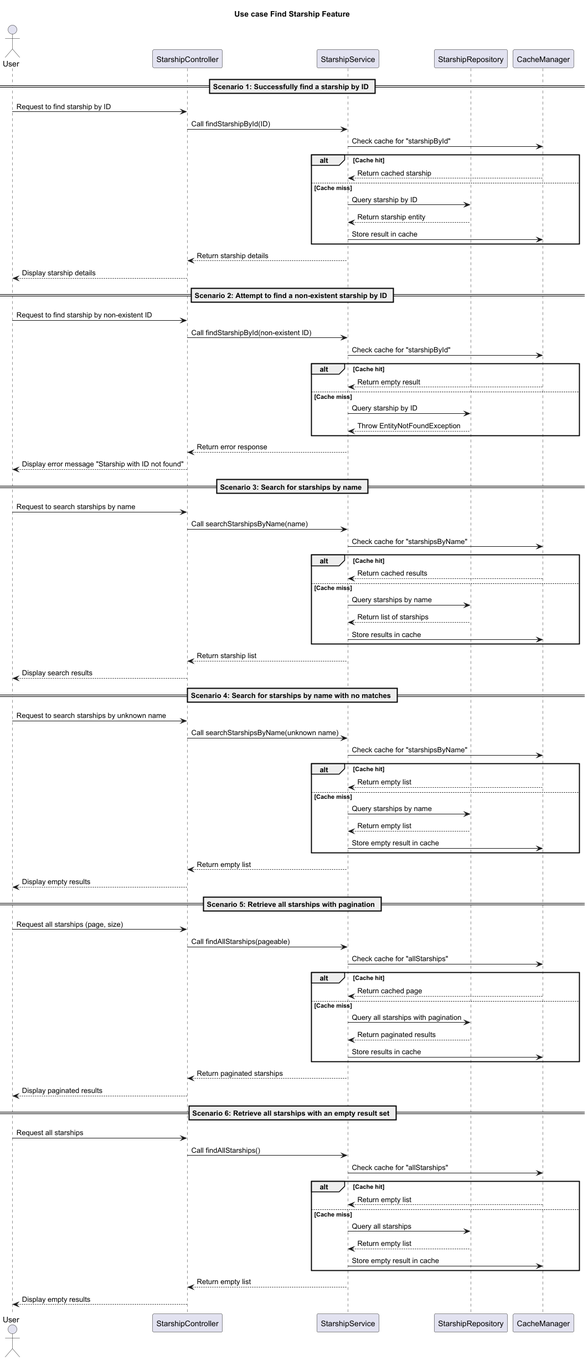
Above: doc/bdd-specs/starship-finder.png in alex25/starship-registry (PlantUML), before the change. The source it was exported from:
```plantuml
@startuml
title Use case Find Starship Feature

actor User
participant "StarshipController" as Controller
participant "StarshipService" as Service
participant "StarshipRepository" as Repository
participant "CacheManager" as Cache

== Scenario 1: Successfully find a starship by ID ==
User -> Controller: Request to find starship by ID
Controller -> Service: Call findStarshipById(ID)
Service -> Cache: Check cache for "starshipById"
alt Cache hit
    Cache --> Service: Return cached starship
else Cache miss
    Service -> Repository: Query starship by ID
    Repository --> Service: Return starship entity
    Service -> Cache: Store result in cache
end
Service --> Controller: Return starship details
Controller --> User: Display starship details

== Scenario 2: Attempt to find a non-existent starship by ID ==
User -> Controller: Request to find starship by non-existent ID
Controller -> Service: Call findStarshipById(non-existent ID)
Service -> Cache: Check cache for "starshipById"
alt Cache hit
    Cache --> Service: Return empty result
else Cache miss
    Service -> Repository: Query starship by ID
    Repository --> Service: Throw EntityNotFoundException
end
Service --> Controller: Return error response
Controller --> User: Display error message "Starship with ID not found"

== Scenario 3: Search for starships by name ==
User -> Controller: Request to search starships by name
Controller -> Service: Call searchStarshipsByName(name)
Service -> Cache: Check cache for "starshipsByName"
alt Cache hit
    Cache --> Service: Return cached results
else Cache miss
    Service -> Repository: Query starships by name
    Repository --> Service: Return list of starships
    Service -> Cache: Store results in cache
end
Service --> Controller: Return starship list
Controller --> User: Display search results

== Scenario 4: Search for starships by name with no matches ==
User -> Controller: Request to search starships by unknown name
Controller -> Service: Call searchStarshipsByName(unknown name)
Service -> Cache: Check cache for "starshipsByName"
alt Cache hit
    Cache --> Service: Return empty list
else Cache miss
    Service -> Repository: Query starships by name
    Repository --> Service: Return empty list
    Service -> Cache: Store empty result in cache
end
Service --> Controller: Return empty list
Controller --> User: Display empty results

== Scenario 5: Retrieve all starships with pagination ==
User -> Controller: Request all starships (page, size)
Controller -> Service: Call findAllStarships(pageable)
Service -> Cache: Check cache for "allStarships"
alt Cache hit
    Cache --> Service: Return cached page
else Cache miss
    Service -> Repository: Query all starships with pagination
    Repository --> Service: Return paginated results
    Service -> Cache: Store results in cache
end
Service --> Controller: Return paginated starships
Controller --> User: Display paginated results

== Scenario 6: Retrieve all starships with an empty result set ==
User -> Controller: Request all starships
Controller -> Service: Call findAllStarships()
Service -> Cache: Check cache for "allStarships"
alt Cache hit
    Cache --> Service: Return empty list
else Cache miss
    Service -> Repository: Query all starships
    Repository --> Service: Return empty list
    Service -> Cache: Store empty result in cache
end
Service --> Controller: Return empty list
Controller --> User: Display empty results

@enduml
```
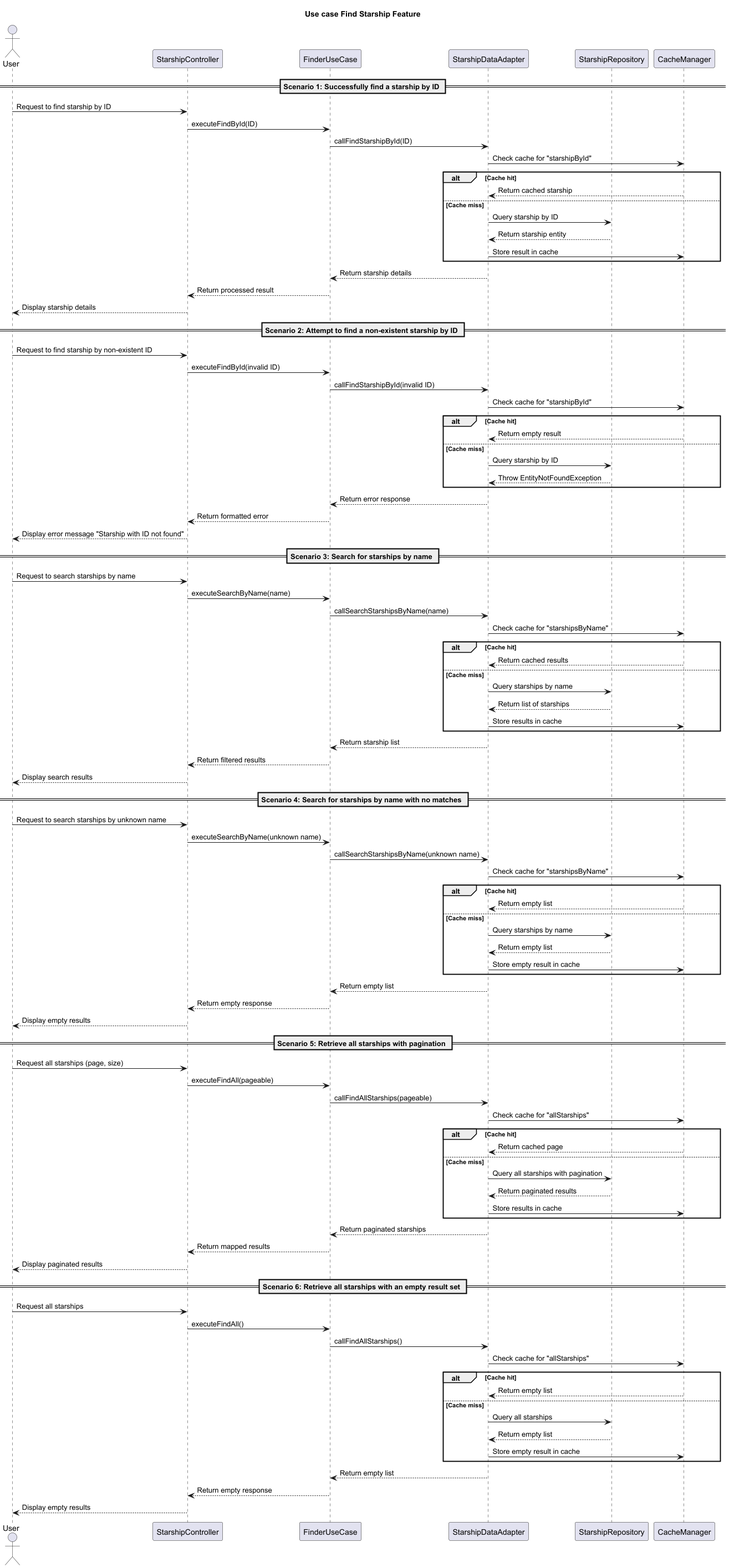
The same file after the commit.

Change to the diagram source:
```diff
@@ -3,13 +3,15 @@
 
 actor User
 participant "StarshipController" as Controller
-participant "StarshipService" as Service
+participant "FinderUseCase" as Finder
+participant "StarshipDataAdapter" as Service
 participant "StarshipRepository" as Repository
 participant "CacheManager" as Cache
 
 == Scenario 1: Successfully find a starship by ID ==
 User -> Controller: Request to find starship by ID
-Controller -> Service: Call findStarshipById(ID)
+Controller -> Finder: executeFindById(ID)
+Finder -> Service: callFindStarshipById(ID)
 Service -> Cache: Check cache for "starshipById"
 alt Cache hit
     Cache --> Service: Return cached starship
@@ -18,12 +20,14 @@
     Repository --> Service: Return starship entity
     Service -> Cache: Store result in cache
 end
-Service --> Controller: Return starship details
+Service --> Finder: Return starship details
+Finder --> Controller: Return processed result
 Controller --> User: Display starship details
 
 == Scenario 2: Attempt to find a non-existent starship by ID ==
 User -> Controller: Request to find starship by non-existent ID
-Controller -> Service: Call findStarshipById(non-existent ID)
+Controller -> Finder: executeFindById(invalid ID)
+Finder -> Service: callFindStarshipById(invalid ID)
 Service -> Cache: Check cache for "starshipById"
 alt Cache hit
     Cache --> Service: Return empty result
@@ -31,12 +35,14 @@
     Service -> Repository: Query starship by ID
     Repository --> Service: Throw EntityNotFoundException
 end
-Service --> Controller: Return error response
+Service --> Finder: Return error response
+Finder --> Controller: Return formatted error
 Controller --> User: Display error message "Starship with ID not found"
 
 == Scenario 3: Search for starships by name ==
 User -> Controller: Request to search starships by name
-Controller -> Service: Call searchStarshipsByName(name)
+Controller -> Finder: executeSearchByName(name)
+Finder -> Service: callSearchStarshipsByName(name)
 Service -> Cache: Check cache for "starshipsByName"
 alt Cache hit
     Cache --> Service: Return cached results
@@ -45,12 +51,14 @@
     Repository --> Service: Return list of starships
     Service -> Cache: Store results in cache
 end
-Service --> Controller: Return starship list
+Service --> Finder: Return starship list
+Finder --> Controller: Return filtered results
 Controller --> User: Display search results
 
 == Scenario 4: Search for starships by name with no matches ==
 User -> Controller: Request to search starships by unknown name
-Controller -> Service: Call searchStarshipsByName(unknown name)
+Controller -> Finder: executeSearchByName(unknown name)
+Finder -> Service: callSearchStarshipsByName(unknown name)
 Service -> Cache: Check cache for "starshipsByName"
 alt Cache hit
     Cache --> Service: Return empty list
@@ -59,12 +67,14 @@
     Repository --> Service: Return empty list
     Service -> Cache: Store empty result in cache
 end
-Service --> Controller: Return empty list
+Service --> Finder: Return empty list
+Finder --> Controller: Return empty response
 Controller --> User: Display empty results
 
 == Scenario 5: Retrieve all starships with pagination ==
 User -> Controller: Request all starships (page, size)
-Controller -> Service: Call findAllStarships(pageable)
+Controller -> Finder: executeFindAll(pageable)
+Finder -> Service: callFindAllStarships(pageable)
 Service -> Cache: Check cache for "allStarships"
 alt Cache hit
     Cache --> Service: Return cached page
@@ -73,12 +83,14 @@
     Repository --> Service: Return paginated results
     Service -> Cache: Store results in cache
 end
-Service --> Controller: Return paginated starships
+Service --> Finder: Return paginated starships
+Finder --> Controller: Return mapped results
 Controller --> User: Display paginated results
 
 == Scenario 6: Retrieve all starships with an empty result set ==
 User -> Controller: Request all starships
-Controller -> Service: Call findAllStarships()
+Controller -> Finder: executeFindAll()
+Finder -> Service: callFindAllStarships()
 Service -> Cache: Check cache for "allStarships"
 alt Cache hit
     Cache --> Service: Return empty list
@@ -87,7 +99,8 @@
     Repository --> Service: Return empty list
     Service -> Cache: Store empty result in cache
 end
-Service --> Controller: Return empty list
+Service --> Finder: Return empty list
+Finder --> Controller: Return empty response
 Controller --> User: Display empty results
 
 @enduml
```
